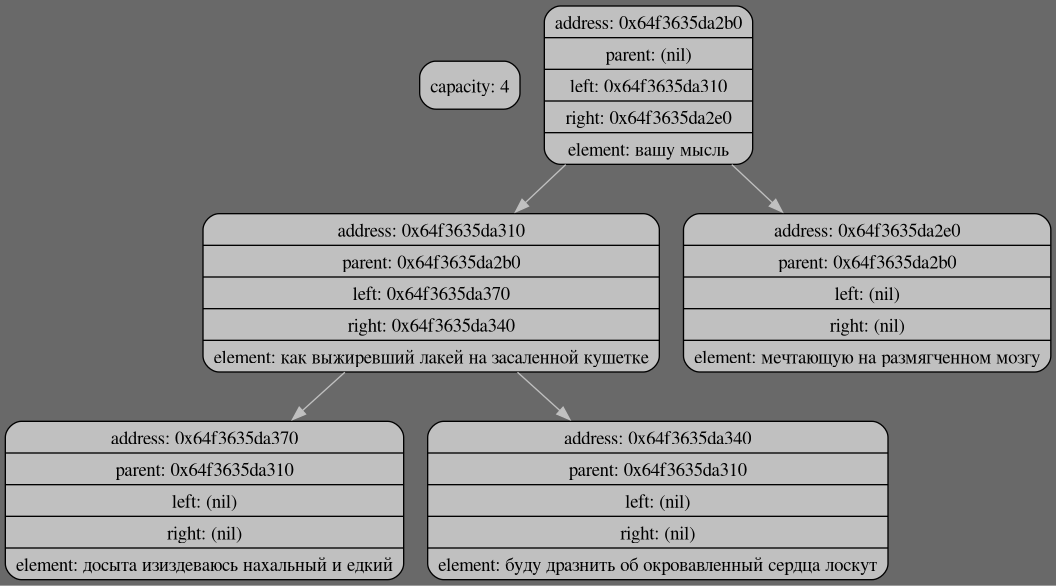
This is dotfile.png from demagogen/binary_tree, a Graphviz export, as it was before one commit. Its source is kept beside it as dotfile.gv.
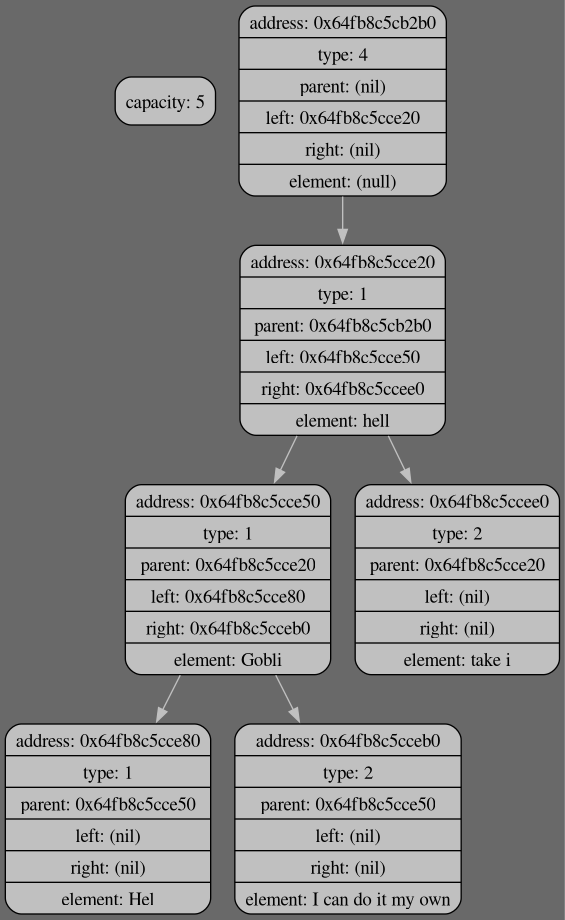
After the commit.

The edit, as a diff of the source:
```diff
@@ -1,19 +1,22 @@
 digraph {bgcolor="#696969" rankdir = TB
-Info[shape=Mrecord,style=filled,fillcolor="grey",label="capacity: 4",fontcolor = "black",fontsize = 14];
+Info[shape=Mrecord,style=filled,fillcolor="grey",label="capacity: 5",fontcolor = "black",fontsize = 14];
 
-node0[shape=Mrecord, style=filled, fillcolor="grey", label=" {address: 0x5a3c3ddce2b0 | parent: (nil) | left:   0x5a3c3ddce310 | right:  0x5a3c3ddce2e0 | element: вашу мысль}"];
+node0[shape=Mrecord, style=filled, fillcolor="grey", label=" {address: 0x5fcd80d6d2b0 | type:   4 | parent: (nil) | left:   0x5fcd80d6eeb0 | right:  (nil) | element: (null)}"];
 
 node0->node1[color = "grey"];
-node1[shape=Mrecord, style=filled, fillcolor="grey", label=" {address: 0x5a3c3ddce310 | parent: 0x5a3c3ddce2b0 | left:   0x5a3c3ddce370 | right:  0x5a3c3ddce340 | element: как выжиревший лакей на засаленной кушетке}"];
+node1[shape=Mrecord, style=filled, fillcolor="grey", label=" {address: 0x5fcd80d6eeb0 | type:   1 | parent: 0x5fcd80d6d2b0 | left:   0x5fcd80d6eee0 | right:  0x5fcd80d6ef70 | element: hello}"];
 
 node1->node2[color = "grey"];
-node2[shape=Mrecord, style=filled, fillcolor="grey", label=" {address: 0x5a3c3ddce370 | parent: 0x5a3c3ddce310 | left:   (nil) | right:  (nil) | element: досыта изиздеваюсь нахальный и едкий}"];
+node2[shape=Mrecord, style=filled, fillcolor="grey", label=" {address: 0x5fcd80d6eee0 | type:   1 | parent: 0x5fcd80d6eeb0 | left:   0x5fcd80d6ef10 | right:  0x5fcd80d6ef40 | element: Goblin}"];
 
-node1->node3[color = "grey"];
-node3[shape=Mrecord, style=filled, fillcolor="grey", label=" {address: 0x5a3c3ddce340 | parent: 0x5a3c3ddce310 | left:   (nil) | right:  (nil) | element: буду дразнить об окровавленный сердца лоскут}"];
+node2->node3[color = "grey"];
+node3[shape=Mrecord, style=filled, fillcolor="grey", label=" {address: 0x5fcd80d6ef10 | type:   1 | parent: 0x5fcd80d6eee0 | left:   (nil) | right:  (nil) | element: Help}"];
 
-node0->node4[color = "grey"];
-node4[shape=Mrecord, style=filled, fillcolor="grey", label=" {address: 0x5a3c3ddce2e0 | parent: 0x5a3c3ddce2b0 | left:   (nil) | right:  (nil) | element: мечтающую на размягченном мозгу}"];
+node2->node4[color = "grey"];
+node4[shape=Mrecord, style=filled, fillcolor="grey", label=" {address: 0x5fcd80d6ef40 | type:   2 | parent: 0x5fcd80d6eee0 | left:   (nil) | right:  (nil) | element: I can do it my own )}"];
+
+node1->node5[color = "grey"];
+node5[shape=Mrecord, style=filled, fillcolor="grey", label=" {address: 0x5fcd80d6ef70 | type:   2 | parent: 0x5fcd80d6eeb0 | left:   (nil) | right:  (nil) | element: take it}"];
 
 
 }
```
